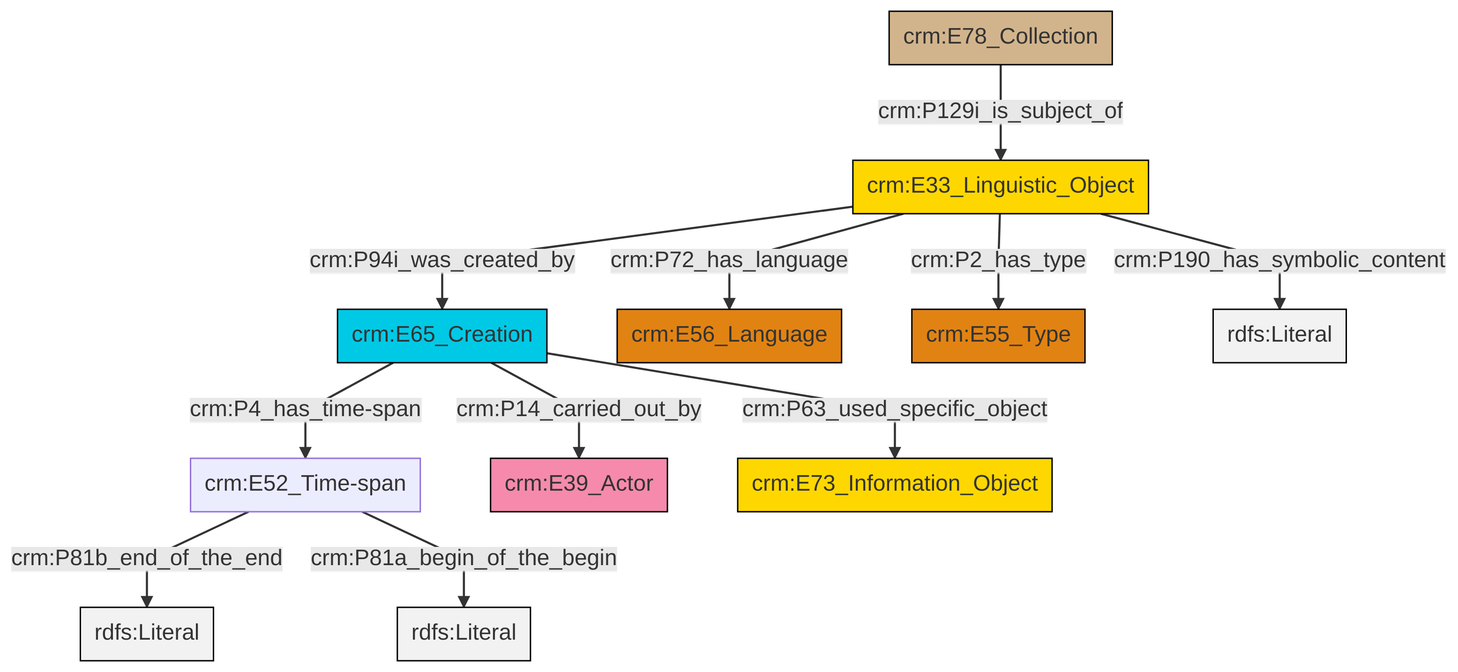
Before: et/archivalCSV/ttl/mmd/png/archival_desc.png, a diagram exported from Mermaid (swiss-art-research-net/docs.swissartresearch). Its source is kept beside it as et/archivalCSV/ttl/mmd/archival_desc.ttl.mmd.
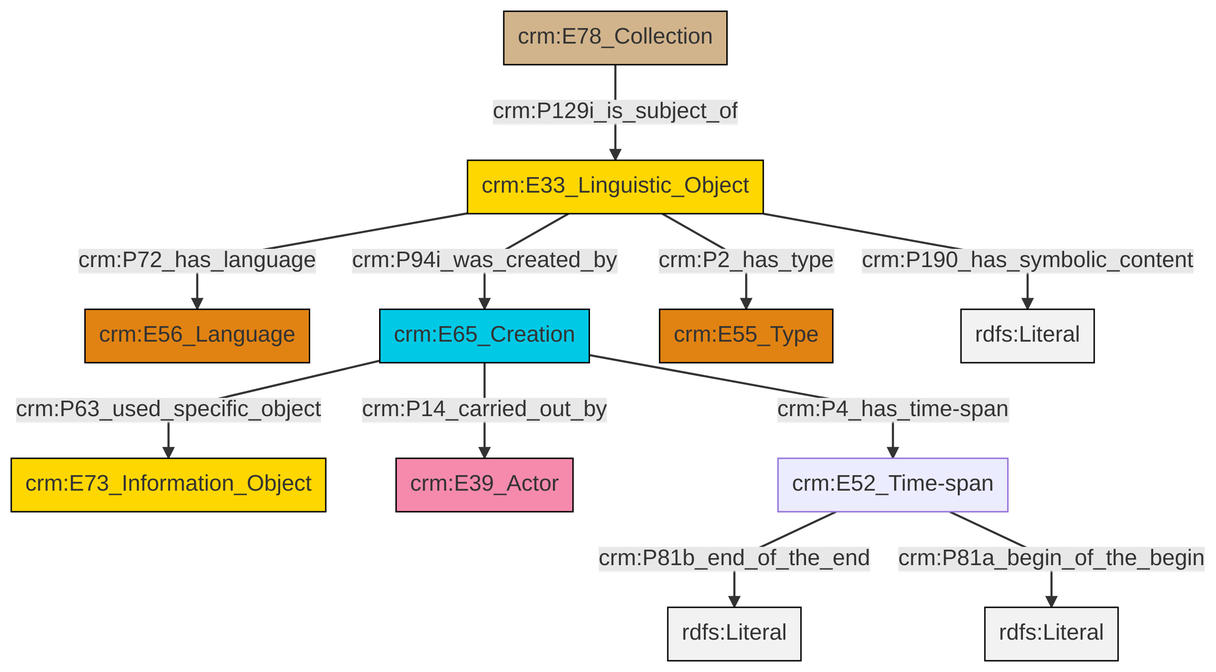
After the change.

The edit, as a diff of the source:
```diff
@@ -13,13 +13,13 @@
 classDef PC_Classes fill:#4ce600, stroke:#000000;
 classDef Multi fill:#cccccc,stroke:#000000;
 
-0["crm:E33_Linguistic_Object"]:::Conceptual_Object -->|crm:P94i_was_created_by| 1["crm:E65_Creation"]:::Temporal_Entity
-2["crm:E52_Time-span"]:::Default -->|crm:P81b_end_of_the_end| 3[rdfs:Literal]:::Literal
-1["crm:E65_Creation"]:::Temporal_Entity -->|crm:P14_carried_out_by| 6["crm:E39_Actor"]:::Actor
-0["crm:E33_Linguistic_Object"]:::Conceptual_Object -->|crm:P190_has_symbolic_content| 12[rdfs:Literal]:::Literal
-13["crm:E78_Collection"]:::Physical_Thing -->|crm:P129i_is_subject_of| 0["crm:E33_Linguistic_Object"]:::Conceptual_Object
-2["crm:E52_Time-span"]:::Default -->|crm:P81a_begin_of_the_begin| 16[rdfs:Literal]:::Literal
-0["crm:E33_Linguistic_Object"]:::Conceptual_Object -->|crm:P2_has_type| 10["crm:E55_Type"]:::Type
-0["crm:E33_Linguistic_Object"]:::Conceptual_Object -->|crm:P72_has_language| 4["crm:E56_Language"]:::Type
-1["crm:E65_Creation"]:::Temporal_Entity -->|crm:P4_has_time-span| 2["crm:E52_Time-span"]:::Default
-1["crm:E65_Creation"]:::Temporal_Entity -->|crm:P63_used_specific_object| 7["crm:E73_Information_Object"]:::Conceptual_Object
+2["crm:E33_Linguistic_Object"]:::Conceptual_Object -->|crm:P94i_was_created_by| 3["crm:E65_Creation"]:::Temporal_Entity
+3["crm:E65_Creation"]:::Temporal_Entity -->|crm:P14_carried_out_by| 6["crm:E39_Actor"]:::Actor
+10["crm:E78_Collection"]:::Physical_Thing -->|crm:P129i_is_subject_of| 2["crm:E33_Linguistic_Object"]:::Conceptual_Object
+2["crm:E33_Linguistic_Object"]:::Conceptual_Object -->|crm:P2_has_type| 11["crm:E55_Type"]:::Type
+8["crm:E52_Time-span"]:::Default -->|crm:P81b_end_of_the_end| 13[rdfs:Literal]:::Literal
+2["crm:E33_Linguistic_Object"]:::Conceptual_Object -->|crm:P72_has_language| 0["crm:E56_Language"]:::Type
+3["crm:E65_Creation"]:::Temporal_Entity -->|crm:P63_used_specific_object| 4["crm:E73_Information_Object"]:::Conceptual_Object
+3["crm:E65_Creation"]:::Temporal_Entity -->|crm:P4_has_time-span| 8["crm:E52_Time-span"]:::Default
+2["crm:E33_Linguistic_Object"]:::Conceptual_Object -->|crm:P190_has_symbolic_content| 16[rdfs:Literal]:::Literal
+8["crm:E52_Time-span"]:::Default -->|crm:P81a_begin_of_the_begin| 18[rdfs:Literal]:::Literal
```
